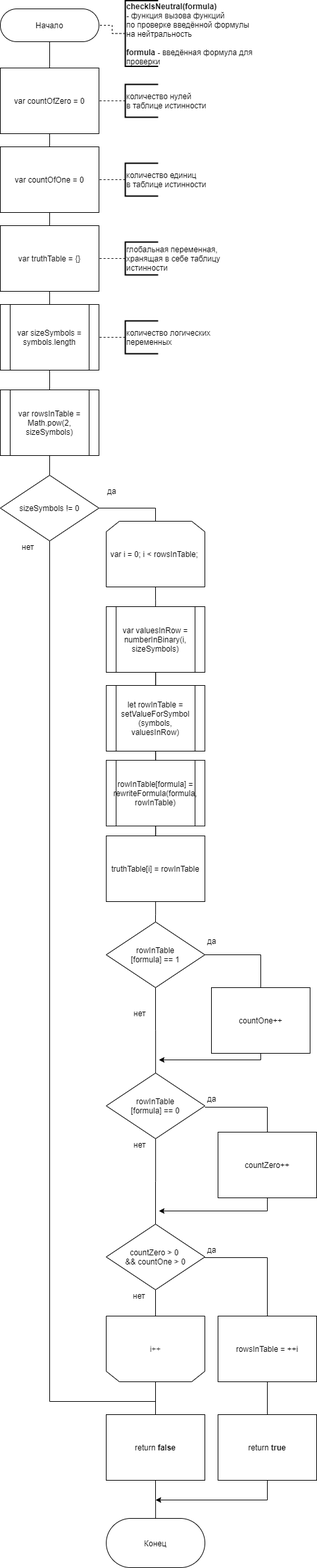
Before: LR2/report/checkIsNeutral.png, a diagram exported from draw.io (Kuzzzya99/LOIS). Source tidied: cells renumbered, new cells last; positions are measured from the earlier drawing's top-left corner, leaving out a move shared by most shapes.
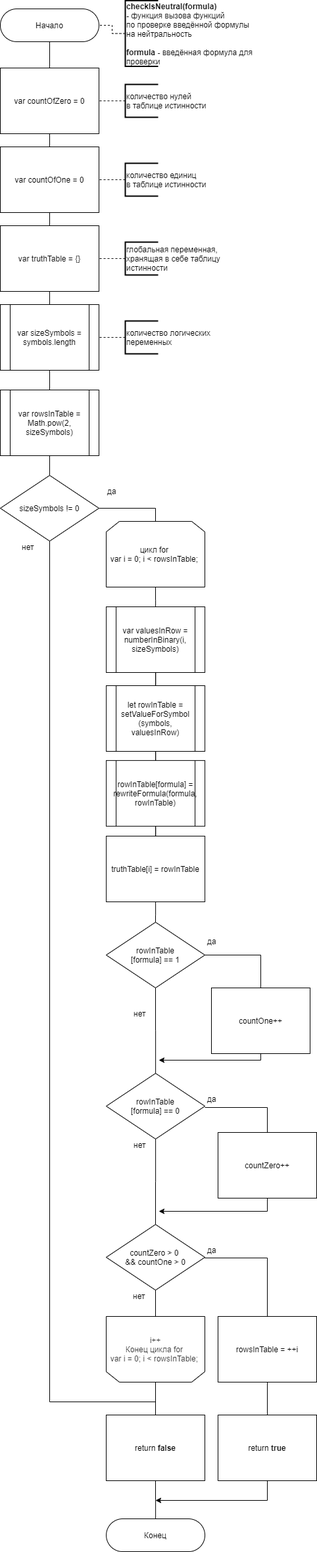
After the commit.

Change to the diagram source:
```diff
@@ -59,7 +59,7 @@
     <mxCell id="18" style="edgeStyle=orthogonalEdgeStyle;rounded=0;jettySize=auto;html=1;endArrow=none;endFill=0;" parent="1" edge="1" source="19" target="21">
       <mxGeometry relative="1" as="geometry" />
     </mxCell>
-    <mxCell id="19" value="var i = 0; i &amp;lt; rowsInTable;&amp;nbsp;" style="shape=loopLimit;whiteSpace=wrap;html=1;" parent="1" vertex="1">
+    <mxCell id="19" value="цикл for &lt;br&gt;var i = 0; i &amp;lt; rowsInTable;&amp;nbsp;" style="shape=loopLimit;whiteSpace=wrap;html=1;" parent="1" vertex="1">
       <mxGeometry x="161" y="792" width="150" height="100" as="geometry" />
     </mxCell>
     <mxCell id="20" style="edgeStyle=orthogonalEdgeStyle;rounded=0;jettySize=auto;html=1;endArrow=none;endFill=0;" parent="1" edge="1" source="21" target="23">
@@ -159,14 +159,14 @@
     <mxCell id="45" style="edgeStyle=orthogonalEdgeStyle;rounded=0;jettySize=auto;html=1;endArrow=none;endFill=0;" parent="1" edge="1" source="46" target="43">
       <mxGeometry relative="1" as="geometry" />
     </mxCell>
-    <mxCell id="46" value="i++" style="shape=loopLimit;whiteSpace=wrap;html=1;rotation=0;textOpacity=80;direction=east;flipH=0;flipV=1;" parent="1" vertex="1">
+    <mxCell id="46" value="i++&lt;br&gt;Конец цикла for&amp;nbsp;&lt;br&gt;var i = 0; i &amp;lt; rowsInTable;&amp;nbsp;" style="shape=loopLimit;whiteSpace=wrap;html=1;rotation=0;textOpacity=80;direction=east;flipH=0;flipV=1;" parent="1" vertex="1">
       <mxGeometry x="161" y="2002" width="150" height="100" as="geometry" />
     </mxCell>
     <mxCell id="47" value="нет" style="text;html=1;align=left;verticalAlign=top;spacingTop=-4;" parent="1" vertex="1">
       <mxGeometry x="31" y="822" width="30" height="20" as="geometry" />
     </mxCell>
     <mxCell id="48" value="Конец&lt;br&gt;" style="whiteSpace=wrap;html=1;rounded=1;arcSize=50;align=center;verticalAlign=middle;strokeWidth=1;spacing=4;" parent="1" vertex="1">
-      <mxGeometry x="161.1" y="2310" width="150" height="75" as="geometry" />
+      <mxGeometry x="161.1" y="2310" width="150" height="50" as="geometry" />
     </mxCell>
     <mxCell id="49" style="edgeStyle=orthogonalEdgeStyle;rounded=0;jettySize=auto;html=1;dashed=1;endArrow=none;endFill=0;" parent="1" edge="1" source="50" target="8">
       <mxGeometry relative="1" as="geometry" />
```
